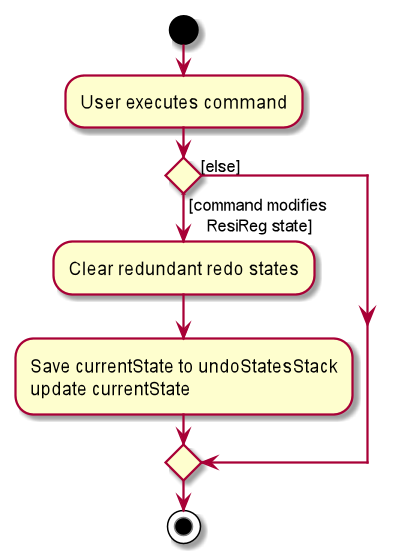
The PlantUML diagram docs/images/SaveActivityDiagram.png in nus-cs2103-AY2021S1/tp, before a commit.
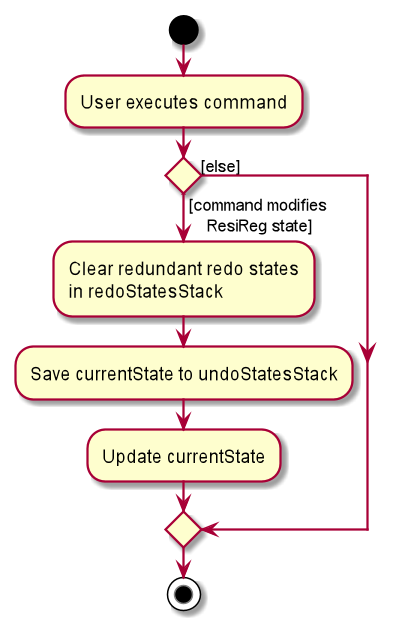
Later version of the same file.

The edit, as a diff of the source:
```diff
@@ -5,9 +5,10 @@
 
 if () then ([command modifies
     ResiReg state])
-    :Clear redundant redo states;
-    :Save currentState to undoStatesStack
-    update currentState;
+    :Clear redundant redo states
+    in redoStatesStack;
+    :Save currentState to undoStatesStack;
+    :Update currentState;
 else ([else])
 endif
 stop
```
